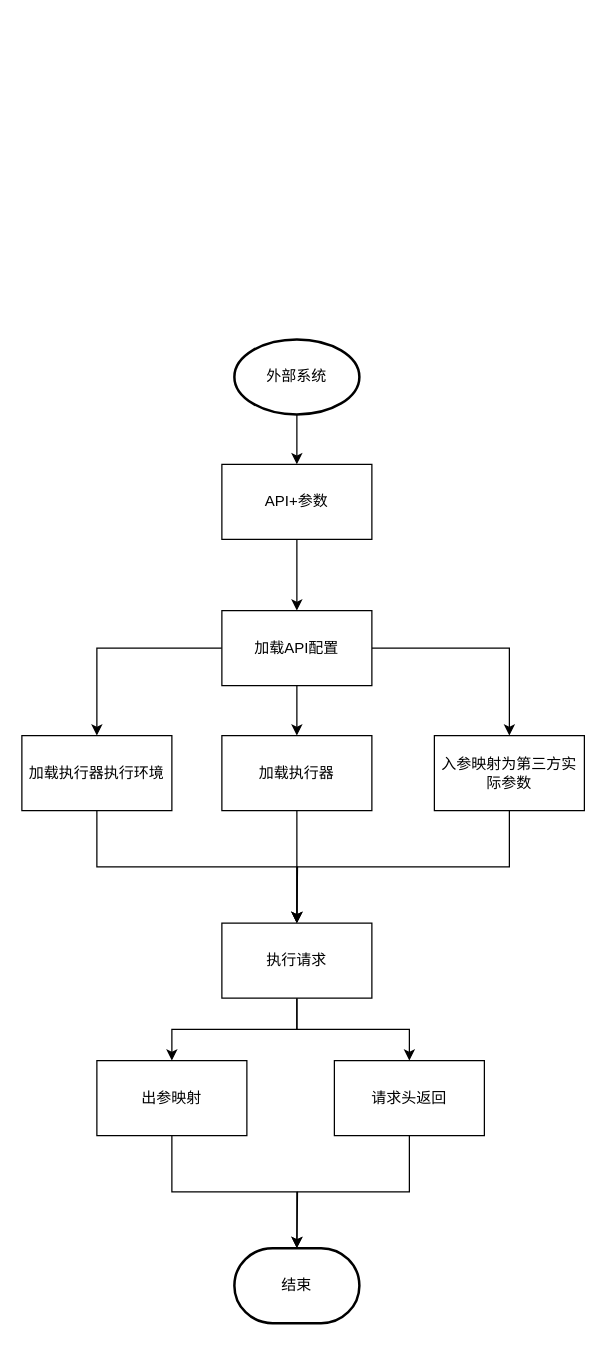
The draw.io diagram page "核心流程" (3 of 6) of 系统逻辑架构图.drawio in smileLuckBoy/drowio, before the edit. Source tidied: cells renumbered, new cells numbered last; positions are measured from the earlier drawing's top-left corner, leaving out a move shared by most shapes. Both pictures are drawn from the tidied source at 125%, with x=0, y=0 at pixel (21, 339).
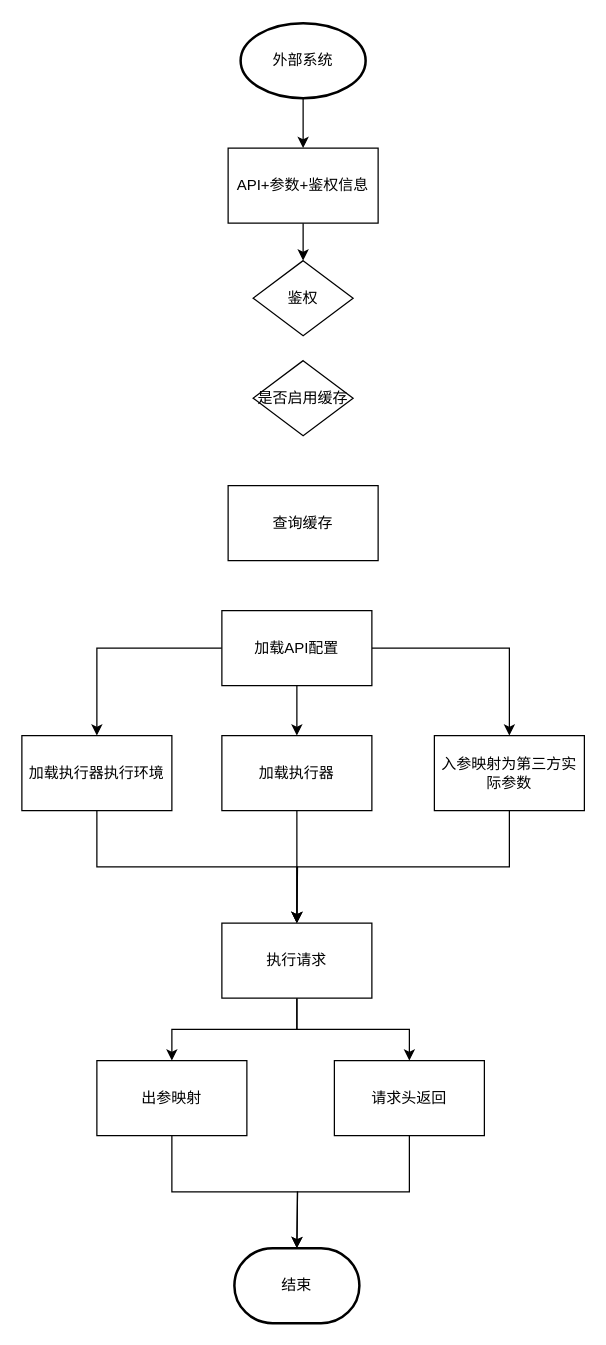
Above is the later version.

Unchanged cells that the change refers to:
```xml
<mxCell id="9" value="加载API配置" style="whiteSpace=wrap;html=1;rounded=0;" parent="1" vertex="1">
  <mxGeometry x="160" y="217" width="120" height="60" as="geometry" />
</mxCell>
<mxCell id="20" value="出参映射" style="whiteSpace=wrap;html=1;rounded=0;" parent="1" vertex="1">
  <mxGeometry x="60" y="577" width="120" height="60" as="geometry" />
</mxCell>
<mxCell id="23" value="结束" style="strokeWidth=2;html=1;shape=mxgraph.flowchart.terminator;whiteSpace=wrap;fontSize=12;align=center;" parent="1" vertex="1">
  <mxGeometry x="170" y="727" width="100" height="60" as="geometry" />
</mxCell>
```

Diff of the diagram source:
```diff
@@
     <mxCell id="3" value="外部系统" style="strokeWidth=2;html=1;shape=mxgraph.flowchart.start_1;whiteSpace=wrap;fontSize=12;align=center;" parent="1" vertex="1">
-      <mxGeometry x="170" width="100" height="60" as="geometry" />
+      <mxGeometry x="175" y="-253" width="100" height="60" as="geometry" />
     </mxCell>
-    <mxCell id="4" style="edgeStyle=orthogonalEdgeStyle;rounded=0;jettySize=auto;html=1;exitX=0.5;exitY=1;exitDx=0;exitDy=0;entryX=0.5;entryY=0;entryDx=0;entryDy=0;fontSize=12;" parent="1" edge="1" source="5" target="9">
-      <mxGeometry relative="1" as="geometry" />
-    </mxCell>
+    <mxCell id="24" style="edgeStyle=none;rounded=0;jettySize=auto;html=1;exitX=0.5;exitY=1;exitDx=0;exitDy=0;entryX=0.5;entryY=0;entryDx=0;entryDy=0;startArrow=none;startFill=0;endArrow=classic;endFill=1;" parent="1" edge="1" source="5" target="25">
+      <mxGeometry relative="1" as="geometry" />
+    </mxCell>
-    <mxCell id="5" value="API+参数" style="rounded=0;whiteSpace=wrap;html=1;fontSize=12;align=center;" parent="1" vertex="1">
-      <mxGeometry x="160" y="100" width="120" height="60" as="geometry" />
+    <mxCell id="5" value="API+参数+鉴权信息" style="rounded=0;whiteSpace=wrap;html=1;fontSize=12;align=center;" parent="1" vertex="1">
+      <mxGeometry x="165" y="-153" width="120" height="60" as="geometry" />
     </mxCell>
@@
-    <mxCell id="19" style="edgeStyle=orthogonalEdgeStyle;rounded=0;jettySize=auto;html=1;exitX=0.5;exitY=1;exitDx=0;exitDy=0;fontSize=12;" parent="1" edge="1" source="20" target="23">
-      <mxGeometry relative="1" as="geometry" />
+    <mxCell id="19" style="edgeStyle=orthogonalEdgeStyle;rounded=0;jettySize=auto;html=1;exitX=0.5;exitY=1;exitDx=0;exitDy=0;fontSize=12;" parent="1" edge="1" source="20">
+      <mxGeometry relative="1" as="geometry">
+        <mxPoint x="220" y="727" as="targetPoint" />
+      </mxGeometry>
     </mxCell>
@@
+    <mxCell id="25" value="鉴权" style="rhombus;whiteSpace=wrap;html=1;" parent="1" vertex="1">
+      <mxGeometry x="185" y="-63" width="80" height="60" as="geometry" />
+    </mxCell>
+    <mxCell id="26" value="是否启用缓存" style="rhombus;whiteSpace=wrap;html=1;" parent="1" vertex="1">
+      <mxGeometry x="185" y="17" width="80" height="60" as="geometry" />
+    </mxCell>
+    <mxCell id="27" value="查询缓存" style="whiteSpace=wrap;html=1;rounded=0;" parent="1" vertex="1">
+      <mxGeometry x="165" y="117" width="120" height="60" as="geometry" />
+    </mxCell>
```
